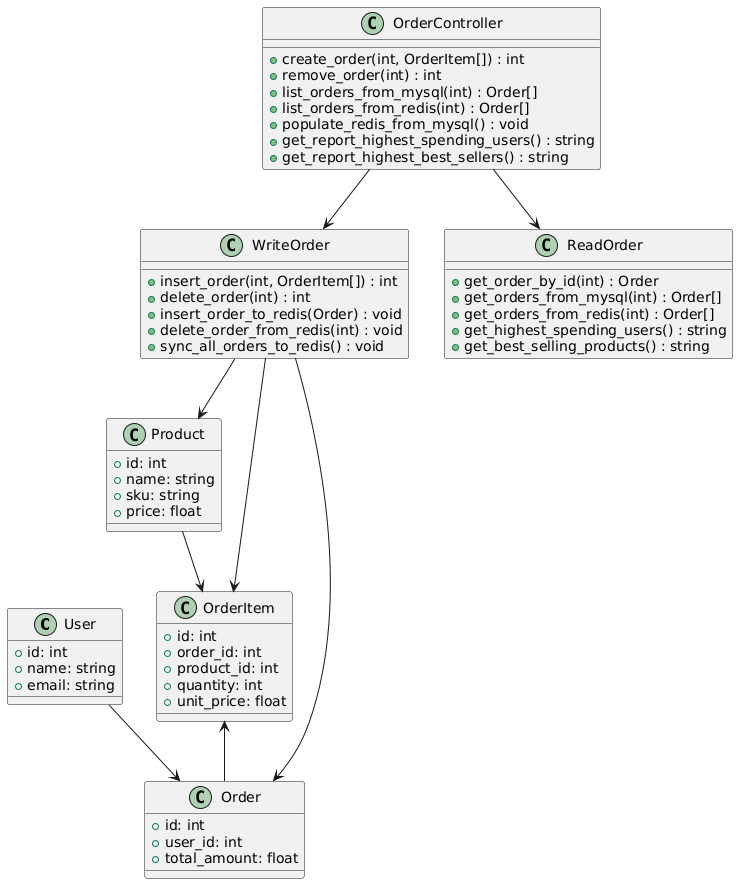
Above: docs/arc42/class.png in theobrogrammer/log430-a25-labo2 (PlantUML), before the change.
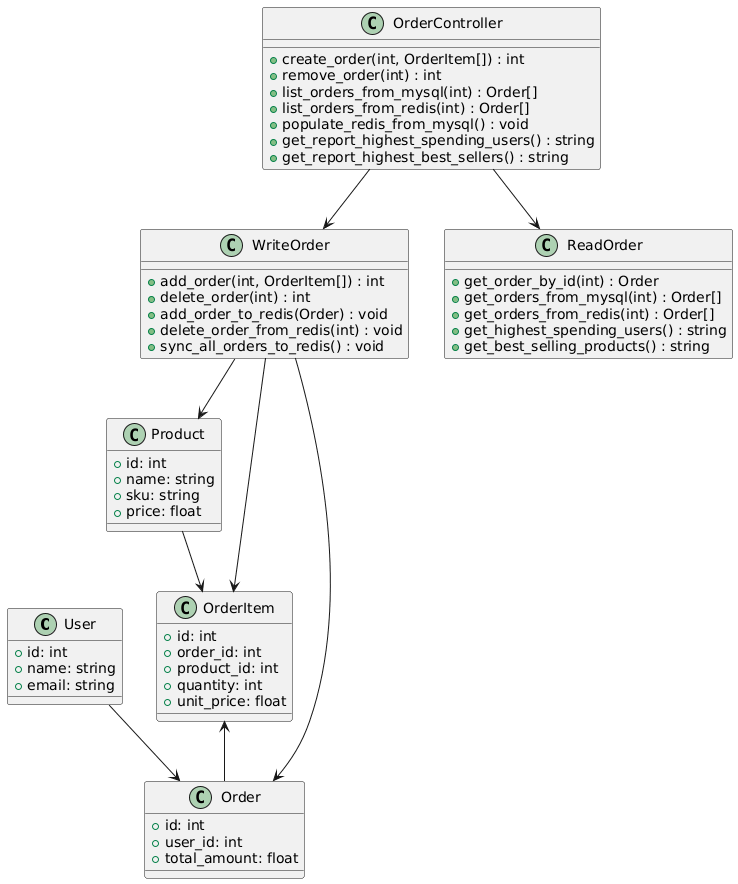
The same file after the commit.

Change to the diagram source:
```diff
@@ -27,9 +27,9 @@
     }
 
     class WriteOrder {
-        + insert_order(int, OrderItem[]) : int
+        + add_order(int, OrderItem[]) : int
         + delete_order(int) : int
-        + insert_order_to_redis(Order) : void
+        + add_order_to_redis(Order) : void
         + delete_order_from_redis(int) : void
         + sync_all_orders_to_redis() : void
     }
```
